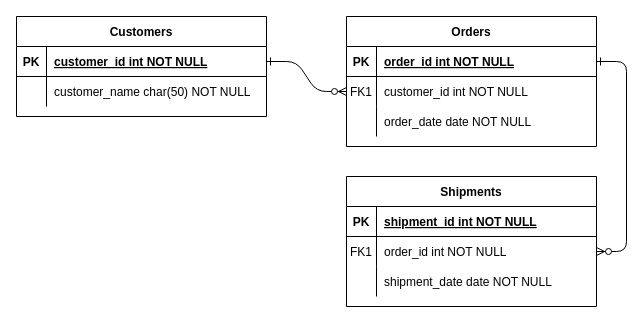
Earlier version of the draw.io diagram Untitled Diagram.drawio (patriciacastillon-marianas/login_diagram). Source tidied: cells renumbered, new cells numbered last; positions are measured from the earlier drawing's top-left corner, leaving out a move shared by most shapes. Both pictures are drawn from the tidied source at 100%, with x=0, y=0 at pixel (16, 16).
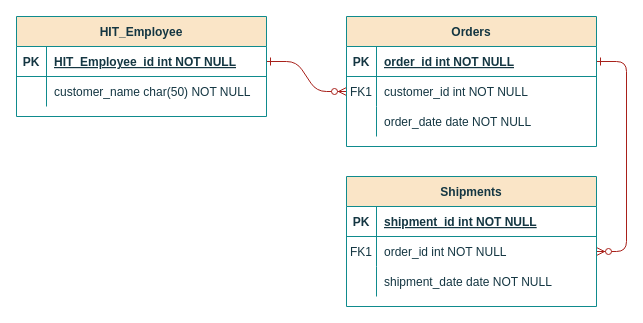
The same diagram, later.

Change to the diagram source:
```diff
@@
-    <mxCell id="2" style="edgeStyle=entityRelationEdgeStyle;endArrow=ERzeroToMany;startArrow=ERone;endFill=1;startFill=0;" parent="1" edge="1" source="25" target="8">
+    <mxCell id="2" style="edgeStyle=entityRelationEdgeStyle;endArrow=ERzeroToMany;startArrow=ERone;endFill=1;startFill=0;labelBackgroundColor=none;strokeColor=#A8201A;fontColor=default;" parent="1" edge="1" source="25" target="8">
       <mxGeometry relative="1" as="geometry" />
     </mxCell>
-    <mxCell id="3" style="edgeStyle=entityRelationEdgeStyle;endArrow=ERzeroToMany;startArrow=ERone;endFill=1;startFill=0;" parent="1" edge="1" source="5" target="18">
+    <mxCell id="3" style="edgeStyle=entityRelationEdgeStyle;endArrow=ERzeroToMany;startArrow=ERone;endFill=1;startFill=0;labelBackgroundColor=none;strokeColor=#A8201A;fontColor=default;" parent="1" edge="1" source="5" target="18">
       <mxGeometry relative="1" as="geometry" />
     </mxCell>
-    <mxCell id="4" value="Orders" style="shape=table;startSize=30;childLayout=tableLayout;rowLines=0;fontStyle=1;align=center;" parent="1" vertex="1">
+    <mxCell id="4" value="Orders" style="shape=table;startSize=30;childLayout=tableLayout;rowLines=0;fontStyle=1;align=center;labelBackgroundColor=none;fillColor=#FAE5C7;strokeColor=#0F8B8D;fontColor=#143642;" parent="1" vertex="1">
       <mxGeometry x="330" width="250" height="130" as="geometry" />
     </mxCell>
-    <mxCell id="5" style="shape=partialRectangle;fillColor=none;points=[[0,0.5],[1,0.5]];portConstraint=eastwest;top=0;left=0;right=0;bottom=1;" parent="4" vertex="1">
+    <mxCell id="5" style="shape=partialRectangle;fillColor=none;points=[[0,0.5],[1,0.5]];portConstraint=eastwest;top=0;left=0;right=0;bottom=1;labelBackgroundColor=none;strokeColor=#0F8B8D;fontColor=#143642;" parent="4" vertex="1">
       <mxGeometry y="30" width="250" height="30" as="geometry" />
     </mxCell>
-    <mxCell id="6" value="PK" style="shape=partialRectangle;overflow=hidden;fillColor=none;top=0;left=0;bottom=0;right=0;fontStyle=1;" parent="5" vertex="1">
+    <mxCell id="6" value="PK" style="shape=partialRectangle;overflow=hidden;fillColor=none;top=0;left=0;bottom=0;right=0;fontStyle=1;labelBackgroundColor=none;strokeColor=#0F8B8D;fontColor=#143642;" parent="5" vertex="1">
       <mxGeometry width="30" height="30" as="geometry" />
     </mxCell>
-    <mxCell id="7" value="order_id int NOT NULL " style="shape=partialRectangle;overflow=hidden;fillColor=none;top=0;left=0;bottom=0;right=0;align=left;spacingLeft=6;fontStyle=5;" parent="5" vertex="1">
+    <mxCell id="7" value="order_id int NOT NULL " style="shape=partialRectangle;overflow=hidden;fillColor=none;top=0;left=0;bottom=0;right=0;align=left;spacingLeft=6;fontStyle=5;labelBackgroundColor=none;strokeColor=#0F8B8D;fontColor=#143642;" parent="5" vertex="1">
       <mxGeometry x="30" width="220" height="30" as="geometry" />
     </mxCell>
-    <mxCell id="8" style="shape=partialRectangle;fillColor=none;points=[[0,0.5],[1,0.5]];portConstraint=eastwest;top=0;left=0;right=0;bottom=0;" parent="4" vertex="1">
+    <mxCell id="8" style="shape=partialRectangle;fillColor=none;points=[[0,0.5],[1,0.5]];portConstraint=eastwest;top=0;left=0;right=0;bottom=0;labelBackgroundColor=none;strokeColor=#0F8B8D;fontColor=#143642;" parent="4" vertex="1">
       <mxGeometry y="60" width="250" height="30" as="geometry" />
     </mxCell>
-    <mxCell id="9" value="FK1" style="shape=partialRectangle;overflow=hidden;fillColor=none;top=0;left=0;bottom=0;right=0;" parent="8" vertex="1">
+    <mxCell id="9" value="FK1" style="shape=partialRectangle;overflow=hidden;fillColor=none;top=0;left=0;bottom=0;right=0;labelBackgroundColor=none;strokeColor=#0F8B8D;fontColor=#143642;" parent="8" vertex="1">
       <mxGeometry width="30" height="30" as="geometry" />
     </mxCell>
-    <mxCell id="10" value="customer_id int NOT NULL" style="shape=partialRectangle;overflow=hidden;fillColor=none;top=0;left=0;bottom=0;right=0;align=left;spacingLeft=6;" parent="8" vertex="1">
+    <mxCell id="10" value="customer_id int NOT NULL" style="shape=partialRectangle;overflow=hidden;fillColor=none;top=0;left=0;bottom=0;right=0;align=left;spacingLeft=6;labelBackgroundColor=none;strokeColor=#0F8B8D;fontColor=#143642;" parent="8" vertex="1">
       <mxGeometry x="30" width="220" height="30" as="geometry" />
     </mxCell>
-    <mxCell id="11" style="shape=partialRectangle;fillColor=none;top=0;left=0;right=0;bottom=0;" parent="4" vertex="1">
+    <mxCell id="11" style="shape=partialRectangle;fillColor=none;top=0;left=0;right=0;bottom=0;labelBackgroundColor=none;strokeColor=#0F8B8D;fontColor=#143642;" parent="4" vertex="1">
       <mxGeometry y="90" width="250" height="30" as="geometry" />
     </mxCell>
-    <mxCell id="12" style="shape=partialRectangle;overflow=hidden;fillColor=none;top=0;left=0;bottom=0;right=0;" parent="11" vertex="1">
+    <mxCell id="12" style="shape=partialRectangle;overflow=hidden;fillColor=none;top=0;left=0;bottom=0;right=0;labelBackgroundColor=none;strokeColor=#0F8B8D;fontColor=#143642;" parent="11" vertex="1">
       <mxGeometry width="30" height="30" as="geometry" />
     </mxCell>
-    <mxCell id="13" value="order_date date NOT NULL" style="shape=partialRectangle;overflow=hidden;fillColor=none;top=0;left=0;bottom=0;right=0;align=left;spacingLeft=6;" parent="11" vertex="1">
+    <mxCell id="13" value="order_date date NOT NULL" style="shape=partialRectangle;overflow=hidden;fillColor=none;top=0;left=0;bottom=0;right=0;align=left;spacingLeft=6;labelBackgroundColor=none;strokeColor=#0F8B8D;fontColor=#143642;" parent="11" vertex="1">
       <mxGeometry x="30" width="220" height="30" as="geometry" />
     </mxCell>
-    <mxCell id="14" value="Shipments" style="shape=table;startSize=30;childLayout=tableLayout;rowLines=0;fontStyle=1;align=center;" parent="1" vertex="1">
+    <mxCell id="14" value="Shipments" style="shape=table;startSize=30;childLayout=tableLayout;rowLines=0;fontStyle=1;align=center;labelBackgroundColor=none;fillColor=#FAE5C7;strokeColor=#0F8B8D;fontColor=#143642;" parent="1" vertex="1">
       <mxGeometry x="330" y="160" width="250" height="130" as="geometry" />
     </mxCell>
-    <mxCell id="15" style="shape=partialRectangle;fillColor=none;top=0;left=0;right=0;bottom=1;" parent="14" vertex="1">
+    <mxCell id="15" style="shape=partialRectangle;fillColor=none;top=0;left=0;right=0;bottom=1;labelBackgroundColor=none;strokeColor=#0F8B8D;fontColor=#143642;" parent="14" vertex="1">
       <mxGeometry y="30" width="250" height="30" as="geometry" />
     </mxCell>
-    <mxCell id="16" value="PK" style="shape=partialRectangle;overflow=hidden;fillColor=none;top=0;left=0;bottom=0;right=0;fontStyle=1;" parent="15" vertex="1">
+    <mxCell id="16" value="PK" style="shape=partialRectangle;overflow=hidden;fillColor=none;top=0;left=0;bottom=0;right=0;fontStyle=1;labelBackgroundColor=none;strokeColor=#0F8B8D;fontColor=#143642;" parent="15" vertex="1">
       <mxGeometry width="30" height="30" as="geometry" />
     </mxCell>
-    <mxCell id="17" value="shipment_id int NOT NULL " style="shape=partialRectangle;overflow=hidden;fillColor=none;top=0;left=0;bottom=0;right=0;align=left;spacingLeft=6;fontStyle=5;" parent="15" vertex="1">
+    <mxCell id="17" value="shipment_id int NOT NULL " style="shape=partialRectangle;overflow=hidden;fillColor=none;top=0;left=0;bottom=0;right=0;align=left;spacingLeft=6;fontStyle=5;labelBackgroundColor=none;strokeColor=#0F8B8D;fontColor=#143642;" parent="15" vertex="1">
       <mxGeometry x="30" width="220" height="30" as="geometry" />
     </mxCell>
-    <mxCell id="18" style="shape=partialRectangle;fillColor=none;points=[[0,0.5],[1,0.5]];portConstraint=eastwest;top=0;left=0;right=0;bottom=0;" parent="14" vertex="1">
+    <mxCell id="18" style="shape=partialRectangle;fillColor=none;points=[[0,0.5],[1,0.5]];portConstraint=eastwest;top=0;left=0;right=0;bottom=0;labelBackgroundColor=none;strokeColor=#0F8B8D;fontColor=#143642;" parent="14" vertex="1">
       <mxGeometry y="60" width="250" height="30" as="geometry" />
     </mxCell>
-    <mxCell id="19" value="FK1" style="shape=partialRectangle;overflow=hidden;fillColor=none;top=0;left=0;bottom=0;right=0;" parent="18" vertex="1">
+    <mxCell id="19" value="FK1" style="shape=partialRectangle;overflow=hidden;fillColor=none;top=0;left=0;bottom=0;right=0;labelBackgroundColor=none;strokeColor=#0F8B8D;fontColor=#143642;" parent="18" vertex="1">
       <mxGeometry width="30" height="30" as="geometry" />
     </mxCell>
-    <mxCell id="20" value="order_id int NOT NULL" style="shape=partialRectangle;overflow=hidden;fillColor=none;top=0;left=0;bottom=0;right=0;align=left;spacingLeft=6;" parent="18" vertex="1">
+    <mxCell id="20" value="order_id int NOT NULL" style="shape=partialRectangle;overflow=hidden;fillColor=none;top=0;left=0;bottom=0;right=0;align=left;spacingLeft=6;labelBackgroundColor=none;strokeColor=#0F8B8D;fontColor=#143642;" parent="18" vertex="1">
       <mxGeometry x="30" width="220" height="30" as="geometry" />
     </mxCell>
-    <mxCell id="21" style="shape=partialRectangle;fillColor=none;top=0;left=0;right=0;bottom=0;" parent="14" vertex="1">
+    <mxCell id="21" style="shape=partialRectangle;fillColor=none;top=0;left=0;right=0;bottom=0;labelBackgroundColor=none;strokeColor=#0F8B8D;fontColor=#143642;" parent="14" vertex="1">
       <mxGeometry y="90" width="250" height="30" as="geometry" />
     </mxCell>
-    <mxCell id="22" style="shape=partialRectangle;overflow=hidden;fillColor=none;top=0;left=0;bottom=0;right=0;" parent="21" vertex="1">
+    <mxCell id="22" style="shape=partialRectangle;overflow=hidden;fillColor=none;top=0;left=0;bottom=0;right=0;labelBackgroundColor=none;strokeColor=#0F8B8D;fontColor=#143642;" parent="21" vertex="1">
       <mxGeometry width="30" height="30" as="geometry" />
     </mxCell>
-    <mxCell id="23" value="shipment_date date NOT NULL" style="shape=partialRectangle;overflow=hidden;fillColor=none;top=0;left=0;bottom=0;right=0;align=left;spacingLeft=6;" parent="21" vertex="1">
+    <mxCell id="23" value="shipment_date date NOT NULL" style="shape=partialRectangle;overflow=hidden;fillColor=none;top=0;left=0;bottom=0;right=0;align=left;spacingLeft=6;labelBackgroundColor=none;strokeColor=#0F8B8D;fontColor=#143642;" parent="21" vertex="1">
       <mxGeometry x="30" width="220" height="30" as="geometry" />
     </mxCell>
-    <mxCell id="24" value="Customers" style="shape=table;startSize=30;childLayout=tableLayout;rowLines=0;fontStyle=1;align=center;" parent="1" vertex="1">
+    <mxCell id="24" value="HIT_Employee" style="shape=table;startSize=30;childLayout=tableLayout;rowLines=0;fontStyle=1;align=center;labelBackgroundColor=none;fillColor=#FAE5C7;strokeColor=#0F8B8D;fontColor=#143642;" parent="1" vertex="1">
       <mxGeometry width="250" height="100" as="geometry" />
     </mxCell>
-    <mxCell id="25" style="shape=partialRectangle;fillColor=none;points=[[0,0.5],[1,0.5]];portConstraint=eastwest;top=0;left=0;right=0;bottom=1;" parent="24" vertex="1">
+    <mxCell id="25" style="shape=partialRectangle;fillColor=none;points=[[0,0.5],[1,0.5]];portConstraint=eastwest;top=0;left=0;right=0;bottom=1;labelBackgroundColor=none;strokeColor=#0F8B8D;fontColor=#143642;" parent="24" vertex="1">
       <mxGeometry y="30" width="250" height="30" as="geometry" />
     </mxCell>
-    <mxCell id="26" value="PK" style="shape=partialRectangle;overflow=hidden;fillColor=none;top=0;left=0;bottom=0;right=0;fontStyle=1;" parent="25" vertex="1">
+    <mxCell id="26" value="PK" style="shape=partialRectangle;overflow=hidden;fillColor=none;top=0;left=0;bottom=0;right=0;fontStyle=1;labelBackgroundColor=none;strokeColor=#0F8B8D;fontColor=#143642;" parent="25" vertex="1">
       <mxGeometry width="30" height="30" as="geometry" />
     </mxCell>
-    <mxCell id="27" value="customer_id int NOT NULL " style="shape=partialRectangle;overflow=hidden;fillColor=none;top=0;left=0;bottom=0;right=0;align=left;spacingLeft=6;fontStyle=5;" parent="25" vertex="1">
+    <mxCell id="27" value="HIT_Employee_id int NOT NULL " style="shape=partialRectangle;overflow=hidden;fillColor=none;top=0;left=0;bottom=0;right=0;align=left;spacingLeft=6;fontStyle=5;labelBackgroundColor=none;strokeColor=#0F8B8D;fontColor=#143642;" parent="25" vertex="1">
       <mxGeometry x="30" width="220" height="30" as="geometry" />
     </mxCell>
-    <mxCell id="28" style="shape=partialRectangle;fillColor=none;top=0;left=0;right=0;bottom=0;" parent="24" vertex="1">
+    <mxCell id="28" style="shape=partialRectangle;fillColor=none;top=0;left=0;right=0;bottom=0;labelBackgroundColor=none;strokeColor=#0F8B8D;fontColor=#143642;" parent="24" vertex="1">
       <mxGeometry y="60" width="250" height="30" as="geometry" />
     </mxCell>
-    <mxCell id="29" style="shape=partialRectangle;overflow=hidden;fillColor=none;top=0;left=0;bottom=0;right=0;" parent="28" vertex="1">
+    <mxCell id="29" style="shape=partialRectangle;overflow=hidden;fillColor=none;top=0;left=0;bottom=0;right=0;labelBackgroundColor=none;strokeColor=#0F8B8D;fontColor=#143642;" parent="28" vertex="1">
       <mxGeometry width="30" height="30" as="geometry" />
     </mxCell>
-    <mxCell id="30" value="customer_name char(50) NOT NULL" style="shape=partialRectangle;overflow=hidden;fillColor=none;top=0;left=0;bottom=0;right=0;align=left;spacingLeft=6;" parent="28" vertex="1">
+    <mxCell id="30" value="customer_name char(50) NOT NULL" style="shape=partialRectangle;overflow=hidden;fillColor=none;top=0;left=0;bottom=0;right=0;align=left;spacingLeft=6;labelBackgroundColor=none;strokeColor=#0F8B8D;fontColor=#143642;" parent="28" vertex="1">
       <mxGeometry x="30" width="220" height="30" as="geometry" />
     </mxCell>
```
